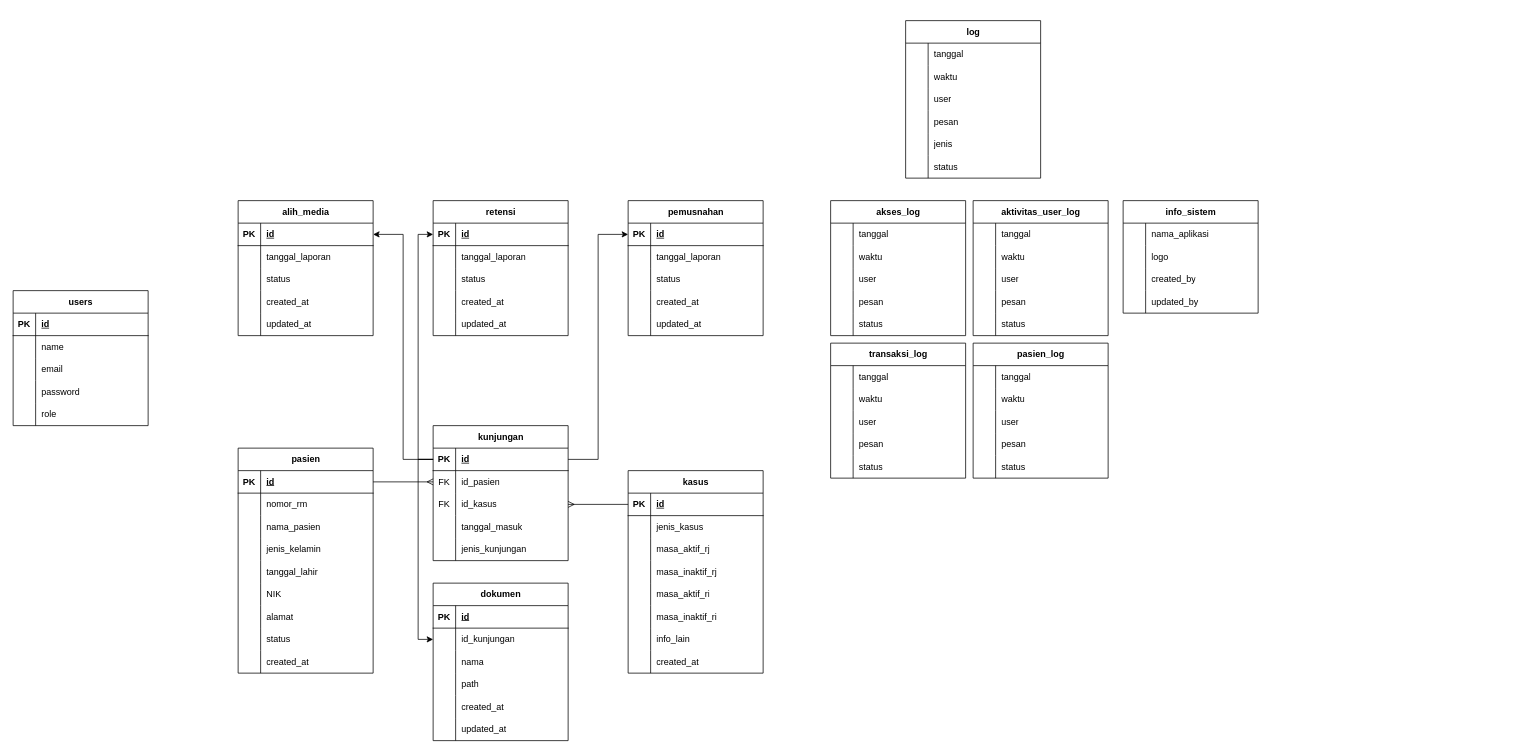
Supri-Tech/api-alih-media-retensi keeps this draw.io diagram as ERD - Sistem Alih Media Retensi.drawio. Above is the earlier version. Source tidied: cells renumbered, new cells numbered last; positions are measured from the earlier drawing's top-left corner, leaving out a move shared by most shapes. Both pictures are drawn from the tidied source at 75%, with x=0, y=0 at pixel (13, 20).
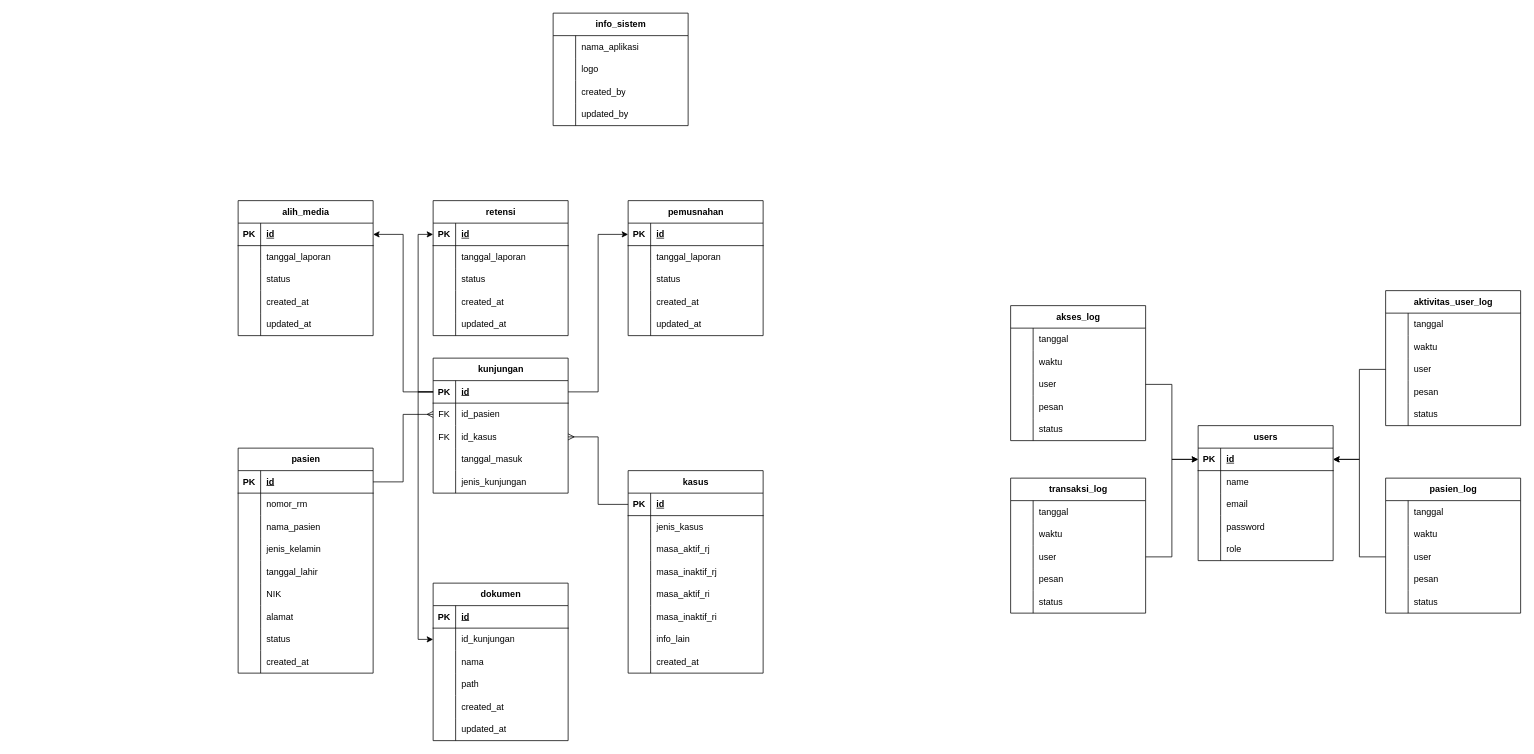
After the change.

Unchanged cells that the change refers to:
```xml
<mxCell id="3" style="shape=tableRow;horizontal=0;startSize=0;swimlaneHead=0;swimlaneBody=0;fillColor=none;points=[[0,0.5],[1,0.5]];portConstraint=eastwest;top=0;left=0;right=0;bottom=1;" parent="2" vertex="1">
  <mxGeometry y="30" width="180" height="30" as="geometry" />
</mxCell>
<mxCell id="47" style="shape=tableRow;horizontal=0;startSize=0;swimlaneHead=0;swimlaneBody=0;fillColor=none;points=[[0,0.5],[1,0.5]];portConstraint=eastwest;top=0;left=0;right=0;bottom=1;" parent="46" vertex="1">
  <mxGeometry y="30" width="180" height="30" as="geometry" />
</mxCell>
<mxCell id="78" style="shape=tableRow;horizontal=0;startSize=0;swimlaneHead=0;swimlaneBody=0;fillColor=none;points=[[0,0.5],[1,0.5]];portConstraint=eastwest;top=0;left=0;right=0;bottom=0;" parent="71" vertex="1">
  <mxGeometry y="90" width="180" height="30" as="geometry" />
</mxCell>
<mxCell id="144" style="shape=tableRow;horizontal=0;startSize=0;swimlaneHead=0;swimlaneBody=0;fillColor=none;points=[[0,0.5],[1,0.5]];portConstraint=eastwest;top=0;left=0;right=0;bottom=0;" parent="137" vertex="1">
  <mxGeometry y="90" width="180" height="30" as="geometry" />
</mxCell>
<mxCell id="160" style="shape=tableRow;horizontal=0;startSize=0;swimlaneHead=0;swimlaneBody=0;fillColor=none;points=[[0,0.5],[1,0.5]];portConstraint=eastwest;top=0;left=0;right=0;bottom=0;" parent="153" vertex="1">
  <mxGeometry y="90" width="180" height="30" as="geometry" />
</mxCell>
<mxCell id="176" style="shape=tableRow;horizontal=0;startSize=0;swimlaneHead=0;swimlaneBody=0;fillColor=none;points=[[0,0.5],[1,0.5]];portConstraint=eastwest;top=0;left=0;right=0;bottom=0;" parent="169" vertex="1">
  <mxGeometry y="90" width="180" height="30" as="geometry" />
</mxCell>
<mxCell id="192" style="shape=tableRow;horizontal=0;startSize=0;swimlaneHead=0;swimlaneBody=0;fillColor=none;points=[[0,0.5],[1,0.5]];portConstraint=eastwest;top=0;left=0;right=0;bottom=0;" parent="185" vertex="1">
  <mxGeometry y="90" width="180" height="30" as="geometry" />
</mxCell>
```

The edit, as a diff of the source:
```diff
@@
     <mxCell id="2" value="users" style="shape=table;startSize=30;childLayout=tableLayout;rowLines=0;fontStyle=1;align=center;html=1;" parent="1" vertex="1">
-      <mxGeometry y="360" width="180" height="180" as="geometry" />
+      <mxGeometry x="1580" y="540" width="180" height="180" as="geometry" />
     </mxCell>
@@
     <mxCell id="71" value="kunjungan" style="shape=table;startSize=30;childLayout=tableLayout;rowLines=0;fontStyle=1;align=center;html=1;" parent="1" vertex="1">
-      <mxGeometry x="560" y="540" width="180" height="180" as="geometry" />
+      <mxGeometry x="560" y="450" width="180" height="180" as="geometry" />
     </mxCell>
@@
-    <mxCell id="88" style="edgeStyle=orthogonalEdgeStyle;rounded=0;jettySize=auto;html=1;endArrow=ERmany;endFill=0;" parent="1" edge="1" source="47" target="78">
+    <mxCell id="88" style="edgeStyle=orthogonalEdgeStyle;rounded=0;jettySize=auto;html=1;endArrow=ERmany;endFill=0;entryX=1;entryY=0.5;entryDx=0;entryDy=0;" parent="1" edge="1" source="47" target="78">
       <mxGeometry relative="1" as="geometry">
         <Array as="points">
-          <mxPoint x="860" y="645" />
-          <mxPoint x="860" y="645" />
+          <mxPoint x="780" y="645" />
+          <mxPoint x="780" y="555" />
         </Array>
       </mxGeometry>
     </mxCell>
@@
     <mxCell id="137" value="akses_log" style="shape=table;startSize=30;childLayout=tableLayout;rowLines=0;fontStyle=1;align=center;html=1;" parent="1" vertex="1">
-      <mxGeometry x="1090" y="240" width="180" height="180" as="geometry" />
+      <mxGeometry x="1330" y="380" width="180" height="180" as="geometry" />
     </mxCell>
@@
     <mxCell id="153" value="aktivitas_user_log" style="shape=table;startSize=30;childLayout=tableLayout;rowLines=0;fontStyle=1;align=center;html=1;" parent="1" vertex="1">
-      <mxGeometry x="1280" y="240" width="180" height="180" as="geometry" />
+      <mxGeometry x="1830" y="360" width="180" height="180" as="geometry" />
     </mxCell>
@@
     <mxCell id="169" value="transaksi_log" style="shape=table;startSize=30;childLayout=tableLayout;rowLines=0;fontStyle=1;align=center;html=1;" parent="1" vertex="1">
-      <mxGeometry x="1090" y="430" width="180" height="180" as="geometry" />
+      <mxGeometry x="1330" y="610" width="180" height="180" as="geometry" />
     </mxCell>
@@
     <mxCell id="185" value="pasien_log" style="shape=table;startSize=30;childLayout=tableLayout;rowLines=0;fontStyle=1;align=center;html=1;" parent="1" vertex="1">
-      <mxGeometry x="1280" y="430" width="180" height="180" as="geometry" />
+      <mxGeometry x="1830" y="610" width="180" height="180" as="geometry" />
     </mxCell>
@@
     <mxCell id="201" value="info_sistem" style="shape=table;startSize=30;childLayout=tableLayout;rowLines=0;fontStyle=1;align=center;html=1;" parent="1" vertex="1">
-      <mxGeometry x="1480" y="240" width="180" height="150" as="geometry" />
+      <mxGeometry x="720" y="-10" width="180" height="150" as="geometry" />
     </mxCell>
@@
-    <mxCell id="217" value="log" style="shape=table;startSize=30;childLayout=tableLayout;rowLines=0;fontStyle=1;align=center;html=1;" parent="1" vertex="1">
-      <mxGeometry x="1190" width="180" height="210" as="geometry" />
-    </mxCell>
-    <mxCell id="218" style="shape=tableRow;horizontal=0;startSize=0;swimlaneHead=0;swimlaneBody=0;fillColor=none;top=0;left=0;right=0;bottom=0;" parent="217" vertex="1">
-      <mxGeometry y="30" width="180" height="30" as="geometry" />
-    </mxCell>
-    <mxCell id="219" style="shape=partialRectangle;fillColor=none;top=0;left=0;bottom=0;right=0;overflow=hidden;whiteSpace=wrap;html=1;" parent="218" vertex="1">
-      <mxGeometry width="30" height="30" as="geometry" />
-    </mxCell>
-    <mxCell id="220" value="tanggal" style="shape=partialRectangle;fillColor=none;top=0;left=0;bottom=0;right=0;align=left;spacingLeft=6;overflow=hidden;whiteSpace=wrap;html=1;" parent="218" vertex="1">
-      <mxGeometry x="30" width="150" height="30" as="geometry" />
-    </mxCell>
-    <mxCell id="221" style="shape=tableRow;horizontal=0;startSize=0;swimlaneHead=0;swimlaneBody=0;fillColor=none;top=0;left=0;right=0;bottom=0;" parent="217" vertex="1">
-      <mxGeometry y="60" width="180" height="30" as="geometry" />
-    </mxCell>
-    <mxCell id="222" style="shape=partialRectangle;fillColor=none;top=0;left=0;bottom=0;right=0;overflow=hidden;whiteSpace=wrap;html=1;" parent="221" vertex="1">
-      <mxGeometry width="30" height="30" as="geometry" />
-    </mxCell>
-    <mxCell id="223" value="waktu" style="shape=partialRectangle;fillColor=none;top=0;left=0;bottom=0;right=0;align=left;spacingLeft=6;overflow=hidden;whiteSpace=wrap;html=1;" parent="221" vertex="1">
-      <mxGeometry x="30" width="150" height="30" as="geometry" />
-    </mxCell>
-    <mxCell id="224" style="shape=tableRow;horizontal=0;startSize=0;swimlaneHead=0;swimlaneBody=0;fillColor=none;top=0;left=0;right=0;bottom=0;" parent="217" vertex="1">
-      <mxGeometry y="90" width="180" height="30" as="geometry" />
-    </mxCell>
-    <mxCell id="225" style="shape=partialRectangle;fillColor=none;top=0;left=0;bottom=0;right=0;overflow=hidden;whiteSpace=wrap;html=1;" parent="224" vertex="1">
-      <mxGeometry width="30" height="30" as="geometry" />
-    </mxCell>
-    <mxCell id="226" value="user" style="shape=partialRectangle;fillColor=none;top=0;left=0;bottom=0;right=0;align=left;spacingLeft=6;overflow=hidden;whiteSpace=wrap;html=1;" parent="224" vertex="1">
-      <mxGeometry x="30" width="150" height="30" as="geometry" />
-    </mxCell>
-    <mxCell id="227" style="shape=tableRow;horizontal=0;startSize=0;swimlaneHead=0;swimlaneBody=0;fillColor=none;top=0;left=0;right=0;bottom=0;" parent="217" vertex="1">
-      <mxGeometry y="120" width="180" height="30" as="geometry" />
-    </mxCell>
-    <mxCell id="228" style="shape=partialRectangle;fillColor=none;top=0;left=0;bottom=0;right=0;overflow=hidden;whiteSpace=wrap;html=1;" parent="227" vertex="1">
-      <mxGeometry width="30" height="30" as="geometry" />
-    </mxCell>
-    <mxCell id="229" value="pesan" style="shape=partialRectangle;fillColor=none;top=0;left=0;bottom=0;right=0;align=left;spacingLeft=6;overflow=hidden;whiteSpace=wrap;html=1;" parent="227" vertex="1">
-      <mxGeometry x="30" width="150" height="30" as="geometry" />
-    </mxCell>
-    <mxCell id="230" style="shape=tableRow;horizontal=0;startSize=0;swimlaneHead=0;swimlaneBody=0;fillColor=none;top=0;left=0;right=0;bottom=0;" parent="217" vertex="1">
-      <mxGeometry y="150" width="180" height="30" as="geometry" />
-    </mxCell>
-    <mxCell id="231" style="shape=partialRectangle;fillColor=none;top=0;left=0;bottom=0;right=0;overflow=hidden;whiteSpace=wrap;html=1;" parent="230" vertex="1">
-      <mxGeometry width="30" height="30" as="geometry" />
-    </mxCell>
-    <mxCell id="232" value="jenis" style="shape=partialRectangle;fillColor=none;top=0;left=0;bottom=0;right=0;align=left;spacingLeft=6;overflow=hidden;whiteSpace=wrap;html=1;" parent="230" vertex="1">
-      <mxGeometry x="30" width="150" height="30" as="geometry" />
-    </mxCell>
-    <mxCell id="233" style="shape=tableRow;horizontal=0;startSize=0;swimlaneHead=0;swimlaneBody=0;fillColor=none;top=0;left=0;right=0;bottom=0;" parent="217" vertex="1">
-      <mxGeometry y="180" width="180" height="30" as="geometry" />
-    </mxCell>
-    <mxCell id="234" style="shape=partialRectangle;fillColor=none;top=0;left=0;bottom=0;right=0;overflow=hidden;whiteSpace=wrap;html=1;" parent="233" vertex="1">
-      <mxGeometry width="30" height="30" as="geometry" />
-    </mxCell>
-    <mxCell id="235" value="status" style="shape=partialRectangle;fillColor=none;top=0;left=0;bottom=0;right=0;align=left;spacingLeft=6;overflow=hidden;whiteSpace=wrap;html=1;" parent="233" vertex="1">
-      <mxGeometry x="30" width="150" height="30" as="geometry" />
-    </mxCell>
@@
+    <mxCell id="256" style="edgeStyle=orthogonalEdgeStyle;rounded=0;jettySize=auto;html=1;exitX=1;exitY=0.5;exitDx=0;exitDy=0;entryX=0;entryY=0.5;entryDx=0;entryDy=0;" parent="1" edge="1" source="144" target="3">
+      <mxGeometry relative="1" as="geometry" />
+    </mxCell>
+    <mxCell id="257" style="edgeStyle=orthogonalEdgeStyle;rounded=0;jettySize=auto;html=1;exitX=1;exitY=0.5;exitDx=0;exitDy=0;entryX=0;entryY=0.5;entryDx=0;entryDy=0;" parent="1" edge="1" source="176" target="3">
+      <mxGeometry relative="1" as="geometry" />
+    </mxCell>
+    <mxCell id="258" style="edgeStyle=orthogonalEdgeStyle;rounded=0;jettySize=auto;html=1;exitX=0;exitY=0.5;exitDx=0;exitDy=0;entryX=1;entryY=0.5;entryDx=0;entryDy=0;" parent="1" edge="1" source="160" target="3">
+      <mxGeometry relative="1" as="geometry" />
+    </mxCell>
+    <mxCell id="259" style="edgeStyle=orthogonalEdgeStyle;rounded=0;jettySize=auto;html=1;exitX=0;exitY=0.5;exitDx=0;exitDy=0;entryX=1;entryY=0.5;entryDx=0;entryDy=0;" parent="1" edge="1" source="192" target="3">
+      <mxGeometry relative="1" as="geometry" />
+    </mxCell>
```
